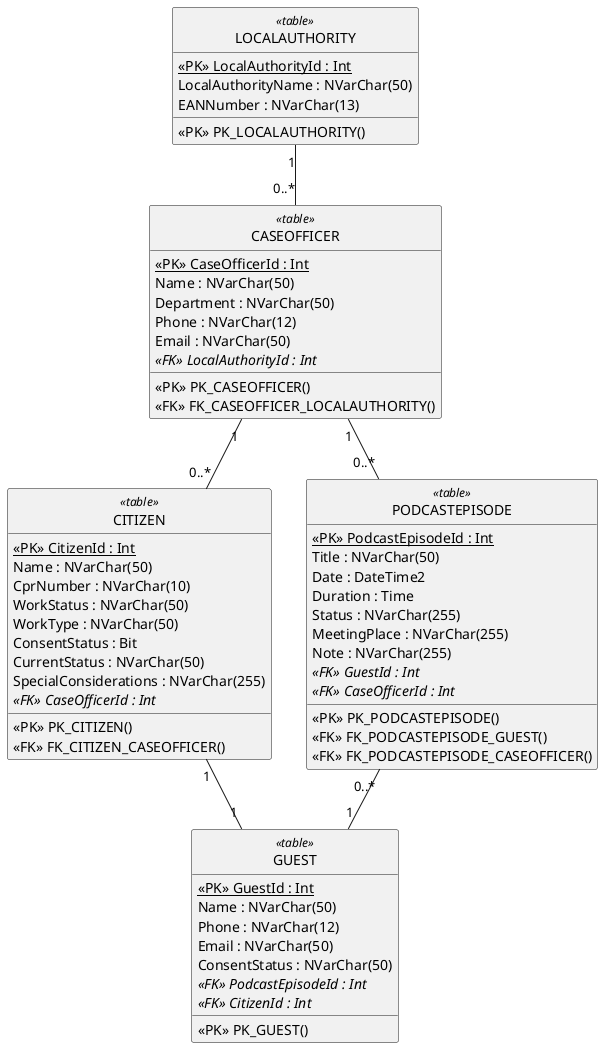
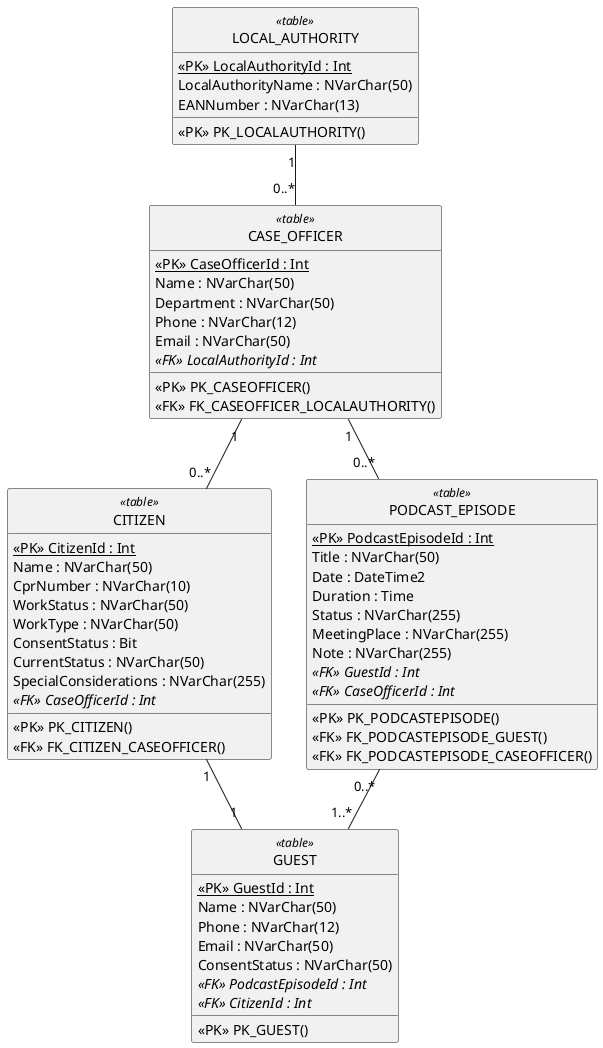
@startuml - UML DatabaseModel for SoulAndTalk
hide circle

/'Relationer
SPAREPARTS(<ins>SparePartId</ins> SparePartType, SparePartAmount)
STATION(<ins>StationId</ins>, StationType, StationsName, *SparePartId*)
BRAKECALIPER(<ins>CaliperId</ins>, CaliperType, CaliperStatus, Barcode, CaliperNumber, OrderNumber, Note, *StationId*)
'/
class "GUEST" <<table>>{
    {static} <<PK>> GuestId : Int
    {field} Name : NVarChar(50)
    {field} Phone : NVarChar(12)
    {field} Email : NVarChar(50)
    {field} ConsentStatus : NVarChar(50)
    //<<FK>> PodcastEpisodeId : Int//
    //<<FK>> CitizenId : Int//
    {method} <<PK>> PK_GUEST()
}

class "CITIZEN" <<table>>{
    {static} <<PK>> CitizenId : Int
    {field} Name : NVarChar(50)
    {field} CprNumber : NVarChar(10)
    {field} WorkStatus : NVarChar(50)
    {field} WorkType : NVarChar(50)
    {field} ConsentStatus : Bit
    {field} CurrentStatus : NVarChar(50)
    {field} SpecialConsiderations : NVarChar(255)
    //<<FK>> CaseOfficerId : Int//
    {method} <<PK>> PK_CITIZEN()
    {method} <<FK>> FK_CITIZEN_CASEOFFICER()
}

- class "LOCALAUTHORITY" <<table>>{
+ class "LOCAL_AUTHORITY" <<table>>{
    {static} <<PK>> LocalAuthorityId : Int
    {field} LocalAuthorityName : NVarChar(50)
    {field} EANNumber : NVarChar(13)
    {method} <<PK>> PK_LOCALAUTHORITY()
}

- class "CASEOFFICER" <<table>>{
+ class "CASE_OFFICER" <<table>>{
    {static} <<PK>> CaseOfficerId : Int
    {field} Name : NVarChar(50)
    {field} Department : NVarChar(50)
    {field} Phone : NVarChar(12)
    {field} Email : NVarChar(50)
    //<<FK>> LocalAuthorityId : Int//
    {method} <<PK>> PK_CASEOFFICER()
    {method} <<FK>> FK_CASEOFFICER_LOCALAUTHORITY()

}

- class "PODCASTEPISODE" <<table>>{
+ class "PODCAST_EPISODE" <<table>>{
    {static} <<PK>> PodcastEpisodeId : Int
    {field} Title : NVarChar(50)
    {field} Date : DateTime2
    {field} Duration : Time
    {field} Status : NVarChar(255)
    {field} MeetingPlace : NVarChar(255)
    {field} Note : NVarChar(255)
    //<<FK>> GuestId : Int//
    //<<FK>> CaseOfficerId : Int//
    {method} <<PK>> PK_PODCASTEPISODE()
    {method} <<FK>> FK_PODCASTEPISODE_GUEST()
    {method} <<FK>> FK_PODCASTEPISODE_CASEOFFICER()
}

'relationer'
- LOCALAUTHORITY "1" -- "0..*" CASEOFFICER
- CASEOFFICER "1" -- "0..*" PODCASTEPISODE
- CASEOFFICER "1" -- "0..*" CITIZEN
+ LOCAL_AUTHORITY "1" -- "0..*" CASE_OFFICER
+ CASE_OFFICER "1" -- "0..*" PODCAST_EPISODE
+ CASE_OFFICER "1" -- "0..*" CITIZEN
CITIZEN "1" -- "1" GUEST
- PODCASTEPISODE "0..*" -- "1" GUEST
+ PODCAST_EPISODE "0..*" -- "1..*" GUEST


@enduml